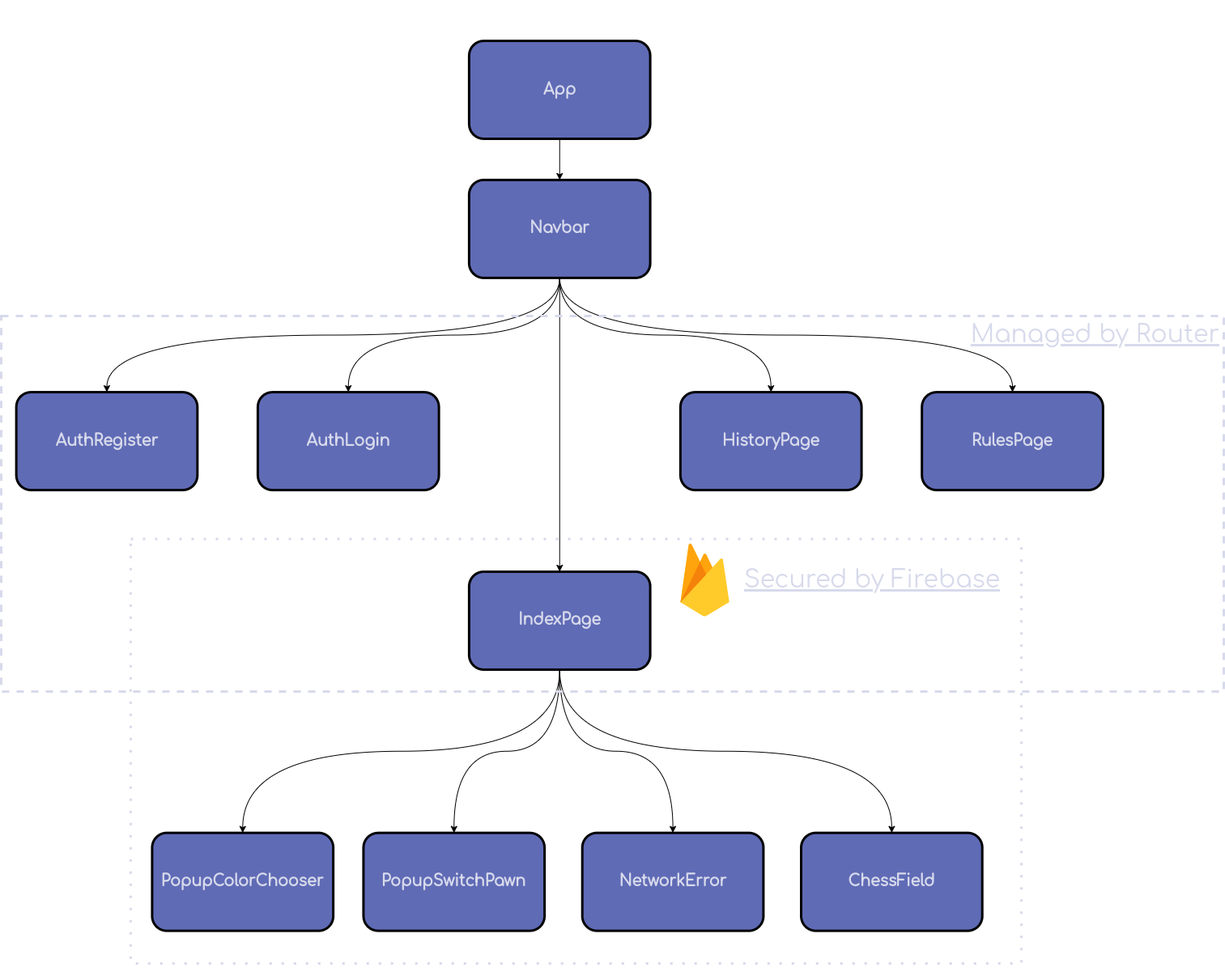
The draw.io diagram ArchitectureWebApp.png in Schmidt-jan/ChessWebVue, before a commit. Source tidied: cells renumbered, new cells last; positions are measured from the earlier drawing's top-left corner, leaving out a move shared by most shapes. Source of this version:
```xml
<mxGraphModel>
  <root>
    <mxCell id="0" />
    <mxCell id="1" parent="0" />
    <mxCell id="2" style="group;" parent="1" vertex="1">
      <mxGeometry width="1510" height="1204.4" as="geometry" />
    </mxCell>
    <mxCell id="3" value="IndexPage" style="rounded=1;whiteSpace=wrap;html=1;strokeColor=#000000;strokeWidth=3;fillColor=#606BB6;fontFamily=Comfortaa;fontSource=https%3A%2F%2Ffonts.googleapis.com%2Fcss%3Ffamily%3DComfortaa;fontColor=#d7daeb;fontStyle=1;fontSize=19;" parent="2" vertex="1">
      <mxGeometry x="577.9" y="705.9" width="223.7" height="121" as="geometry" />
    </mxCell>
    <mxCell id="4" value="HistoryPage" style="rounded=1;whiteSpace=wrap;html=1;strokeColor=#000000;strokeWidth=3;fillColor=#606BB6;fontFamily=Comfortaa;fontSource=https%3A%2F%2Ffonts.googleapis.com%2Fcss%3Ffamily%3DComfortaa;fontColor=#d7daeb;fontStyle=1;fontSize=19;" parent="2" vertex="1">
      <mxGeometry x="838.9" y="484.1" width="223.7" height="121" as="geometry" />
    </mxCell>
    <mxCell id="5" value="RulesPage" style="rounded=1;whiteSpace=wrap;html=1;strokeColor=#000000;strokeWidth=3;fillColor=#606BB6;fontFamily=Comfortaa;fontSource=https%3A%2F%2Ffonts.googleapis.com%2Fcss%3Ffamily%3DComfortaa;fontColor=#d7daeb;fontStyle=1;fontSize=19;" parent="2" vertex="1">
      <mxGeometry x="1137.2" y="484.1" width="223.7" height="121" as="geometry" />
    </mxCell>
    <mxCell id="6" value="App" style="rounded=1;whiteSpace=wrap;html=1;strokeColor=#000000;strokeWidth=3;fillColor=#606BB6;fontFamily=Comfortaa;fontSource=https%3A%2F%2Ffonts.googleapis.com%2Fcss%3Ffamily%3DComfortaa;fontColor=#d7daeb;fontStyle=1;fontSize=19;" parent="2" vertex="1">
      <mxGeometry x="577.9" y="50" width="223.7" height="121" as="geometry" />
    </mxCell>
    <mxCell id="7" style="edgeStyle=orthogonalEdgeStyle;curved=1;rounded=0;jettySize=auto;html=1;exitX=0.5;exitY=1;exitDx=0;exitDy=0;entryX=0.5;entryY=0;entryDx=0;entryDy=0;" parent="2" edge="1" source="10" target="5">
      <mxGeometry relative="1" as="geometry" />
    </mxCell>
    <mxCell id="8" style="edgeStyle=orthogonalEdgeStyle;curved=1;rounded=0;jettySize=auto;html=1;exitX=0.5;exitY=1;exitDx=0;exitDy=0;entryX=0.5;entryY=0;entryDx=0;entryDy=0;" parent="2" edge="1" source="10" target="4">
      <mxGeometry relative="1" as="geometry" />
    </mxCell>
    <mxCell id="9" style="edgeStyle=orthogonalEdgeStyle;curved=1;rounded=0;jettySize=auto;html=1;" parent="2" edge="1" source="10" target="3">
      <mxGeometry relative="1" as="geometry" />
    </mxCell>
    <mxCell id="10" value="Navbar" style="rounded=1;whiteSpace=wrap;html=1;strokeColor=#000000;strokeWidth=3;fillColor=#606BB6;fontFamily=Comfortaa;fontSource=https%3A%2F%2Ffonts.googleapis.com%2Fcss%3Ffamily%3DComfortaa;fontColor=#d7daeb;fontStyle=1;fontSize=19;" parent="2" vertex="1">
      <mxGeometry x="577.9" y="221.9" width="223.7" height="121" as="geometry" />
    </mxCell>
    <mxCell id="11" style="edgeStyle=orthogonalEdgeStyle;curved=1;rounded=0;jettySize=auto;html=1;exitX=0.5;exitY=1;exitDx=0;exitDy=0;entryX=0.5;entryY=0;entryDx=0;entryDy=0;" parent="2" edge="1" source="6" target="10">
      <mxGeometry relative="1" as="geometry" />
    </mxCell>
    <mxCell id="12" value="PopupColorChooser" style="rounded=1;whiteSpace=wrap;html=1;strokeColor=#000000;strokeWidth=3;fillColor=#606BB6;fontFamily=Comfortaa;fontSource=https%3A%2F%2Ffonts.googleapis.com%2Fcss%3Ffamily%3DComfortaa;fontColor=#d7daeb;fontStyle=1;fontSize=19;" parent="2" vertex="1">
      <mxGeometry x="186.4" y="1028.6" width="223.7" height="121" as="geometry" />
    </mxCell>
    <mxCell id="13" style="edgeStyle=orthogonalEdgeStyle;curved=1;rounded=0;jettySize=auto;html=1;exitX=0.5;exitY=1;exitDx=0;exitDy=0;entryX=0.5;entryY=0;entryDx=0;entryDy=0;" parent="2" edge="1" source="3" target="12">
      <mxGeometry relative="1" as="geometry" />
    </mxCell>
    <mxCell id="14" value="ChessField" style="rounded=1;whiteSpace=wrap;html=1;fillColor=#606BB6;strokeColor=#000000;strokeWidth=3;fontFamily=Comfortaa;fontSource=https%3A%2F%2Ffonts.googleapis.com%2Fcss%3Ffamily%3DComfortaa;fontColor=#d7daeb;fontStyle=1;fontSize=19;" parent="2" vertex="1">
      <mxGeometry x="988" y="1028.6" width="223.7" height="121" as="geometry" />
    </mxCell>
    <mxCell id="15" style="edgeStyle=orthogonalEdgeStyle;curved=1;rounded=0;jettySize=auto;html=1;exitX=0.5;exitY=1;exitDx=0;exitDy=0;" parent="2" edge="1" source="3" target="14">
      <mxGeometry relative="1" as="geometry" />
    </mxCell>
    <mxCell id="16" value="PopupSwitchPawn" style="rounded=1;whiteSpace=wrap;html=1;strokeColor=#000000;strokeWidth=3;fillColor=#606BB6;fontFamily=Comfortaa;fontSource=https%3A%2F%2Ffonts.googleapis.com%2Fcss%3Ffamily%3DComfortaa;fontColor=#d7daeb;fontStyle=1;fontSize=19;" parent="2" vertex="1">
      <mxGeometry x="447.4" y="1028.6" width="223.7" height="121" as="geometry" />
    </mxCell>
    <mxCell id="17" style="edgeStyle=orthogonalEdgeStyle;curved=1;rounded=0;jettySize=auto;html=1;exitX=0.5;exitY=1;exitDx=0;exitDy=0;entryX=0.5;entryY=0;entryDx=0;entryDy=0;" parent="2" edge="1" source="3" target="16">
      <mxGeometry relative="1" as="geometry" />
    </mxCell>
    <mxCell id="18" value="NetworkError" style="rounded=1;whiteSpace=wrap;html=1;strokeColor=#000000;strokeWidth=3;fillColor=#606BB6;fontFamily=Comfortaa;fontSource=https%3A%2F%2Ffonts.googleapis.com%2Fcss%3Ffamily%3DComfortaa;fontColor=#d7daeb;fontStyle=1;fontSize=19;" parent="2" vertex="1">
      <mxGeometry x="717.7" y="1028.6" width="223.7" height="121" as="geometry" />
    </mxCell>
    <mxCell id="19" style="edgeStyle=orthogonalEdgeStyle;curved=1;rounded=0;jettySize=auto;html=1;exitX=0.5;exitY=1;exitDx=0;exitDy=0;entryX=0.5;entryY=0;entryDx=0;entryDy=0;" parent="2" edge="1" source="3" target="18">
      <mxGeometry relative="1" as="geometry" />
    </mxCell>
    <mxCell id="20" value="AuthLogin" style="rounded=1;whiteSpace=wrap;html=1;strokeColor=#000000;strokeWidth=3;fillColor=#606BB6;fontFamily=Comfortaa;fontSource=https%3A%2F%2Ffonts.googleapis.com%2Fcss%3Ffamily%3DComfortaa;fontColor=#d7daeb;fontStyle=1;fontSize=19;" parent="2" vertex="1">
      <mxGeometry x="316.9" y="484.1" width="223.7" height="121" as="geometry" />
    </mxCell>
    <mxCell id="21" style="edgeStyle=orthogonalEdgeStyle;curved=1;rounded=0;jettySize=auto;html=1;exitX=0.5;exitY=1;exitDx=0;exitDy=0;fontSize=16;fontColor=#000000;" parent="2" edge="1" source="10" target="20">
      <mxGeometry relative="1" as="geometry" />
    </mxCell>
    <mxCell id="22" value="AuthRegister" style="rounded=1;whiteSpace=wrap;html=1;strokeColor=#000000;strokeWidth=3;fillColor=#606BB6;fontFamily=Comfortaa;fontSource=https%3A%2F%2Ffonts.googleapis.com%2Fcss%3Ffamily%3DComfortaa;fontColor=#d7daeb;fontStyle=1;fontSize=19;" parent="2" vertex="1">
      <mxGeometry x="18.6" y="484.1" width="223.7" height="121" as="geometry" />
    </mxCell>
    <mxCell id="23" style="edgeStyle=orthogonalEdgeStyle;curved=1;rounded=0;jettySize=auto;html=1;exitX=0.5;exitY=1;exitDx=0;exitDy=0;fontSize=16;fontColor=#000000;" parent="2" edge="1" source="10" target="22">
      <mxGeometry relative="1" as="geometry" />
    </mxCell>
    <mxCell id="24" value="Text" style="text;html=1;strokeColor=none;fillColor=none;align=center;verticalAlign=middle;whiteSpace=wrap;rounded=0;fontColor=#00000000;" parent="2" vertex="1">
      <mxGeometry x="1342.2" y="463.9" width="111.9" height="60.5" as="geometry" />
    </mxCell>
    <mxCell id="25" value="Text" style="text;html=1;strokeColor=none;fillColor=none;align=center;verticalAlign=middle;whiteSpace=wrap;rounded=0;fontColor=#00000000;" parent="2" vertex="1">
      <mxGeometry x="1342.2" y="463.9" width="111.9" height="60.5" as="geometry" />
    </mxCell>
    <mxCell id="26" value="&lt;font size=&quot;1&quot; style=&quot;&quot;&gt;&lt;u style=&quot;font-size: 30px;&quot;&gt;Managed by Router&lt;/u&gt;&lt;/font&gt;" style="text;html=1;strokeColor=none;fillColor=none;align=center;verticalAlign=middle;whiteSpace=wrap;rounded=0;fontColor=#d7daeb;fontFamily=Comfortaa;fontSource=https%3A%2F%2Ffonts.googleapis.com%2Fcss%3Ffamily%3DComfortaa;fontSize=19;" parent="2" vertex="1">
      <mxGeometry x="1193.1" y="363.1" width="316.9" height="100.8" as="geometry" />
    </mxCell>
    <mxCell id="27" style="sketch=0;dashed=0;html=1;fillColor=#5184F3;strokeColor=none;shape=mxgraph.gcp2.firebase;labelPosition=right;verticalLabelPosition=middle;align=left;verticalAlign=middle;spacingLeft=5;fontColor=#999999;fontSize=12;rounded=1;strokeWidth=3;fontFamily=Helvetica;" parent="2" vertex="1">
      <mxGeometry x="838.9" y="670.6" width="60.4" height="90.8" as="geometry" />
    </mxCell>
    <mxCell id="28" value="&lt;font size=&quot;1&quot; style=&quot;&quot;&gt;&lt;u style=&quot;font-size: 30px;&quot;&gt;Secured by Firebase&lt;/u&gt;&lt;/font&gt;" style="text;html=1;strokeColor=none;fillColor=none;align=center;verticalAlign=middle;whiteSpace=wrap;rounded=0;fontColor=#d7daeb;fontFamily=Comfortaa;fontSource=https%3A%2F%2Ffonts.googleapis.com%2Fcss%3Ffamily%3DComfortaa;fontSize=19;" parent="2" vertex="1">
      <mxGeometry x="913.5" y="665.6" width="326.2" height="100.8" as="geometry" />
    </mxCell>
    <mxCell id="29" style="rounded=0;whiteSpace=wrap;html=1;strokeColor=#D7DAEB;strokeWidth=3;fillColor=#00000000;dashed=1;dashPattern=1 4;fontColor=#D7DAEB;" parent="2" vertex="1">
      <mxGeometry x="160" y="665.6" width="1099.9" height="524.4" as="geometry" />
    </mxCell>
    <mxCell id="30" style="rounded=0;whiteSpace=wrap;html=1;strokeColor=#D7DAEB;strokeWidth=3;fillColor=#00000000;dashed=1;perimeterSpacing=12;" parent="2" vertex="1">
      <mxGeometry y="390" width="1510" height="463.9" as="geometry" />
    </mxCell>
  </root>
</mxGraphModel>
```
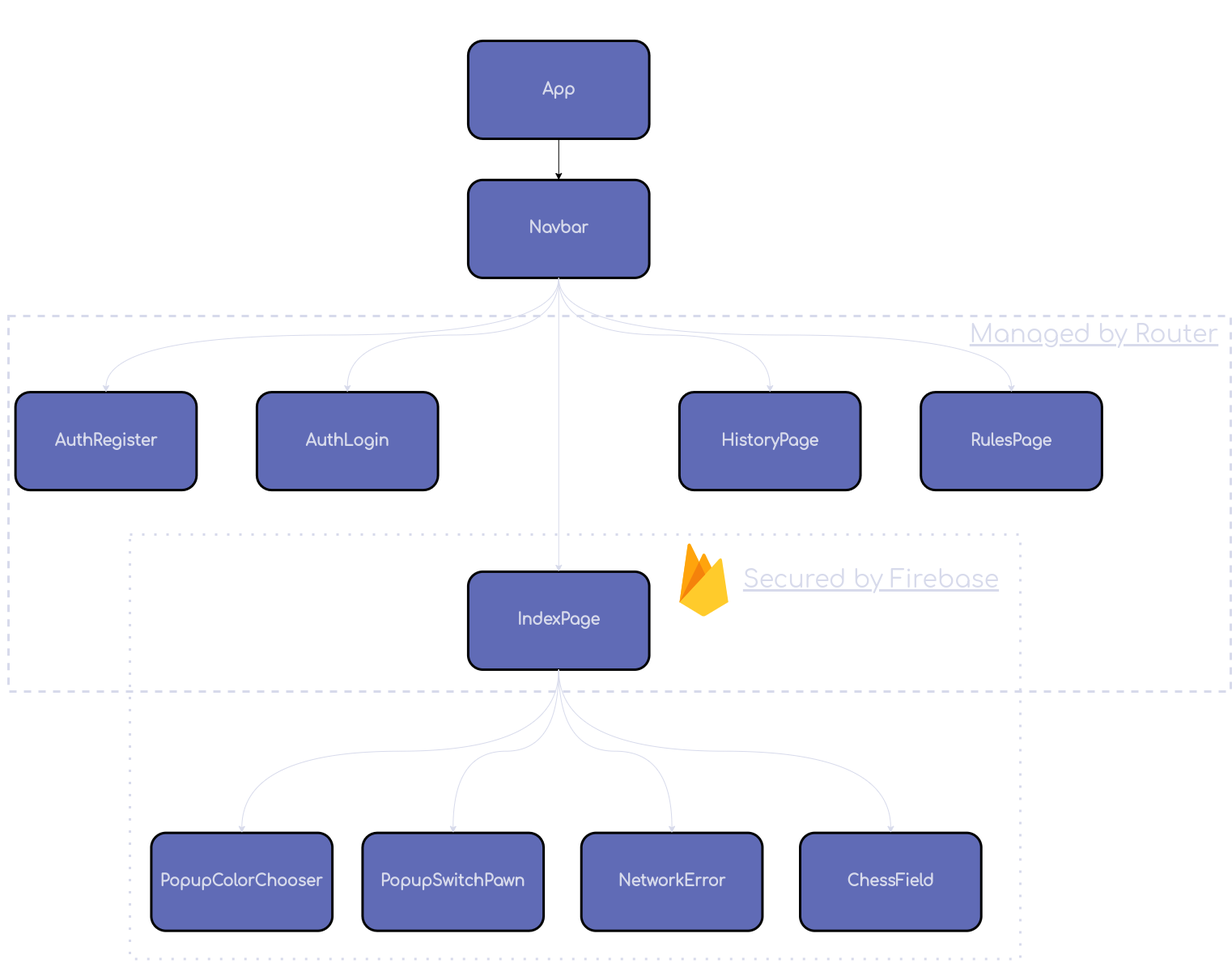
After the commit.

Change to the diagram source:
```diff
@@ -3,7 +3,7 @@
     <mxCell id="0" />
     <mxCell id="1" parent="0" />
     <mxCell id="2" style="group;" parent="1" vertex="1">
-      <mxGeometry width="1510" height="1204.4" as="geometry" />
+      <mxGeometry width="1520" height="1204.4" as="geometry" />
     </mxCell>
     <mxCell id="3" value="IndexPage" style="rounded=1;whiteSpace=wrap;html=1;strokeColor=#000000;strokeWidth=3;fillColor=#606BB6;fontFamily=Comfortaa;fontSource=https%3A%2F%2Ffonts.googleapis.com%2Fcss%3Ffamily%3DComfortaa;fontColor=#d7daeb;fontStyle=1;fontSize=19;" parent="2" vertex="1">
       <mxGeometry x="577.9" y="705.9" width="223.7" height="121" as="geometry" />
@@ -17,13 +17,13 @@
     <mxCell id="6" value="App" style="rounded=1;whiteSpace=wrap;html=1;strokeColor=#000000;strokeWidth=3;fillColor=#606BB6;fontFamily=Comfortaa;fontSource=https%3A%2F%2Ffonts.googleapis.com%2Fcss%3Ffamily%3DComfortaa;fontColor=#d7daeb;fontStyle=1;fontSize=19;" parent="2" vertex="1">
       <mxGeometry x="577.9" y="50" width="223.7" height="121" as="geometry" />
     </mxCell>
-    <mxCell id="7" style="edgeStyle=orthogonalEdgeStyle;curved=1;rounded=0;jettySize=auto;html=1;exitX=0.5;exitY=1;exitDx=0;exitDy=0;entryX=0.5;entryY=0;entryDx=0;entryDy=0;" parent="2" edge="1" source="10" target="5">
+    <mxCell id="7" style="edgeStyle=orthogonalEdgeStyle;curved=1;rounded=0;jettySize=auto;html=1;exitX=0.5;exitY=1;exitDx=0;exitDy=0;entryX=0.5;entryY=0;entryDx=0;entryDy=0;strokeColor=#D7DAEB;" parent="2" edge="1" source="10" target="5">
       <mxGeometry relative="1" as="geometry" />
     </mxCell>
-    <mxCell id="8" style="edgeStyle=orthogonalEdgeStyle;curved=1;rounded=0;jettySize=auto;html=1;exitX=0.5;exitY=1;exitDx=0;exitDy=0;entryX=0.5;entryY=0;entryDx=0;entryDy=0;" parent="2" edge="1" source="10" target="4">
+    <mxCell id="8" style="edgeStyle=orthogonalEdgeStyle;curved=1;rounded=0;jettySize=auto;html=1;exitX=0.5;exitY=1;exitDx=0;exitDy=0;entryX=0.5;entryY=0;entryDx=0;entryDy=0;strokeColor=#D7DAEB;" parent="2" edge="1" source="10" target="4">
       <mxGeometry relative="1" as="geometry" />
     </mxCell>
-    <mxCell id="9" style="edgeStyle=orthogonalEdgeStyle;curved=1;rounded=0;jettySize=auto;html=1;" parent="2" edge="1" source="10" target="3">
+    <mxCell id="9" style="edgeStyle=orthogonalEdgeStyle;curved=1;rounded=0;jettySize=auto;html=1;strokeColor=#D7DAEB;" parent="2" edge="1" source="10" target="3">
       <mxGeometry relative="1" as="geometry" />
     </mxCell>
     <mxCell id="10" value="Navbar" style="rounded=1;whiteSpace=wrap;html=1;strokeColor=#000000;strokeWidth=3;fillColor=#606BB6;fontFamily=Comfortaa;fontSource=https%3A%2F%2Ffonts.googleapis.com%2Fcss%3Ffamily%3DComfortaa;fontColor=#d7daeb;fontStyle=1;fontSize=19;" parent="2" vertex="1">
@@ -35,37 +35,37 @@
     <mxCell id="12" value="PopupColorChooser" style="rounded=1;whiteSpace=wrap;html=1;strokeColor=#000000;strokeWidth=3;fillColor=#606BB6;fontFamily=Comfortaa;fontSource=https%3A%2F%2Ffonts.googleapis.com%2Fcss%3Ffamily%3DComfortaa;fontColor=#d7daeb;fontStyle=1;fontSize=19;" parent="2" vertex="1">
       <mxGeometry x="186.4" y="1028.6" width="223.7" height="121" as="geometry" />
     </mxCell>
-    <mxCell id="13" style="edgeStyle=orthogonalEdgeStyle;curved=1;rounded=0;jettySize=auto;html=1;exitX=0.5;exitY=1;exitDx=0;exitDy=0;entryX=0.5;entryY=0;entryDx=0;entryDy=0;" parent="2" edge="1" source="3" target="12">
+    <mxCell id="13" style="edgeStyle=orthogonalEdgeStyle;curved=1;rounded=0;jettySize=auto;html=1;exitX=0.5;exitY=1;exitDx=0;exitDy=0;entryX=0.5;entryY=0;entryDx=0;entryDy=0;strokeColor=#D7DAEB;" parent="2" edge="1" source="3" target="12">
       <mxGeometry relative="1" as="geometry" />
     </mxCell>
     <mxCell id="14" value="ChessField" style="rounded=1;whiteSpace=wrap;html=1;fillColor=#606BB6;strokeColor=#000000;strokeWidth=3;fontFamily=Comfortaa;fontSource=https%3A%2F%2Ffonts.googleapis.com%2Fcss%3Ffamily%3DComfortaa;fontColor=#d7daeb;fontStyle=1;fontSize=19;" parent="2" vertex="1">
       <mxGeometry x="988" y="1028.6" width="223.7" height="121" as="geometry" />
     </mxCell>
-    <mxCell id="15" style="edgeStyle=orthogonalEdgeStyle;curved=1;rounded=0;jettySize=auto;html=1;exitX=0.5;exitY=1;exitDx=0;exitDy=0;" parent="2" edge="1" source="3" target="14">
+    <mxCell id="15" style="edgeStyle=orthogonalEdgeStyle;curved=1;rounded=0;jettySize=auto;html=1;exitX=0.5;exitY=1;exitDx=0;exitDy=0;strokeColor=#D7DAEB;" parent="2" edge="1" source="3" target="14">
       <mxGeometry relative="1" as="geometry" />
     </mxCell>
     <mxCell id="16" value="PopupSwitchPawn" style="rounded=1;whiteSpace=wrap;html=1;strokeColor=#000000;strokeWidth=3;fillColor=#606BB6;fontFamily=Comfortaa;fontSource=https%3A%2F%2Ffonts.googleapis.com%2Fcss%3Ffamily%3DComfortaa;fontColor=#d7daeb;fontStyle=1;fontSize=19;" parent="2" vertex="1">
       <mxGeometry x="447.4" y="1028.6" width="223.7" height="121" as="geometry" />
     </mxCell>
-    <mxCell id="17" style="edgeStyle=orthogonalEdgeStyle;curved=1;rounded=0;jettySize=auto;html=1;exitX=0.5;exitY=1;exitDx=0;exitDy=0;entryX=0.5;entryY=0;entryDx=0;entryDy=0;" parent="2" edge="1" source="3" target="16">
+    <mxCell id="17" style="edgeStyle=orthogonalEdgeStyle;curved=1;rounded=0;jettySize=auto;html=1;exitX=0.5;exitY=1;exitDx=0;exitDy=0;entryX=0.5;entryY=0;entryDx=0;entryDy=0;strokeColor=#D7DAEB;" parent="2" edge="1" source="3" target="16">
       <mxGeometry relative="1" as="geometry" />
     </mxCell>
     <mxCell id="18" value="NetworkError" style="rounded=1;whiteSpace=wrap;html=1;strokeColor=#000000;strokeWidth=3;fillColor=#606BB6;fontFamily=Comfortaa;fontSource=https%3A%2F%2Ffonts.googleapis.com%2Fcss%3Ffamily%3DComfortaa;fontColor=#d7daeb;fontStyle=1;fontSize=19;" parent="2" vertex="1">
       <mxGeometry x="717.7" y="1028.6" width="223.7" height="121" as="geometry" />
     </mxCell>
-    <mxCell id="19" style="edgeStyle=orthogonalEdgeStyle;curved=1;rounded=0;jettySize=auto;html=1;exitX=0.5;exitY=1;exitDx=0;exitDy=0;entryX=0.5;entryY=0;entryDx=0;entryDy=0;" parent="2" edge="1" source="3" target="18">
+    <mxCell id="19" style="edgeStyle=orthogonalEdgeStyle;curved=1;rounded=0;jettySize=auto;html=1;exitX=0.5;exitY=1;exitDx=0;exitDy=0;entryX=0.5;entryY=0;entryDx=0;entryDy=0;strokeColor=#D7DAEB;" parent="2" edge="1" source="3" target="18">
       <mxGeometry relative="1" as="geometry" />
     </mxCell>
     <mxCell id="20" value="AuthLogin" style="rounded=1;whiteSpace=wrap;html=1;strokeColor=#000000;strokeWidth=3;fillColor=#606BB6;fontFamily=Comfortaa;fontSource=https%3A%2F%2Ffonts.googleapis.com%2Fcss%3Ffamily%3DComfortaa;fontColor=#d7daeb;fontStyle=1;fontSize=19;" parent="2" vertex="1">
       <mxGeometry x="316.9" y="484.1" width="223.7" height="121" as="geometry" />
     </mxCell>
-    <mxCell id="21" style="edgeStyle=orthogonalEdgeStyle;curved=1;rounded=0;jettySize=auto;html=1;exitX=0.5;exitY=1;exitDx=0;exitDy=0;fontSize=16;fontColor=#000000;" parent="2" edge="1" source="10" target="20">
+    <mxCell id="21" style="edgeStyle=orthogonalEdgeStyle;curved=1;rounded=0;jettySize=auto;html=1;exitX=0.5;exitY=1;exitDx=0;exitDy=0;fontSize=16;fontColor=#000000;strokeColor=#D7DAEB;" parent="2" edge="1" source="10" target="20">
       <mxGeometry relative="1" as="geometry" />
     </mxCell>
     <mxCell id="22" value="AuthRegister" style="rounded=1;whiteSpace=wrap;html=1;strokeColor=#000000;strokeWidth=3;fillColor=#606BB6;fontFamily=Comfortaa;fontSource=https%3A%2F%2Ffonts.googleapis.com%2Fcss%3Ffamily%3DComfortaa;fontColor=#d7daeb;fontStyle=1;fontSize=19;" parent="2" vertex="1">
       <mxGeometry x="18.6" y="484.1" width="223.7" height="121" as="geometry" />
     </mxCell>
-    <mxCell id="23" style="edgeStyle=orthogonalEdgeStyle;curved=1;rounded=0;jettySize=auto;html=1;exitX=0.5;exitY=1;exitDx=0;exitDy=0;fontSize=16;fontColor=#000000;" parent="2" edge="1" source="10" target="22">
+    <mxCell id="23" style="edgeStyle=orthogonalEdgeStyle;curved=1;rounded=0;jettySize=auto;html=1;exitX=0.5;exitY=1;exitDx=0;exitDy=0;fontSize=16;fontColor=#000000;strokeColor=#D7DAEB;" parent="2" edge="1" source="10" target="22">
       <mxGeometry relative="1" as="geometry" />
     </mxCell>
     <mxCell id="24" value="Text" style="text;html=1;strokeColor=none;fillColor=none;align=center;verticalAlign=middle;whiteSpace=wrap;rounded=0;fontColor=#00000000;" parent="2" vertex="1">
@@ -83,11 +83,11 @@
     <mxCell id="28" value="&lt;font size=&quot;1&quot; style=&quot;&quot;&gt;&lt;u style=&quot;font-size: 30px;&quot;&gt;Secured by Firebase&lt;/u&gt;&lt;/font&gt;" style="text;html=1;strokeColor=none;fillColor=none;align=center;verticalAlign=middle;whiteSpace=wrap;rounded=0;fontColor=#d7daeb;fontFamily=Comfortaa;fontSource=https%3A%2F%2Ffonts.googleapis.com%2Fcss%3Ffamily%3DComfortaa;fontSize=19;" parent="2" vertex="1">
       <mxGeometry x="913.5" y="665.6" width="326.2" height="100.8" as="geometry" />
     </mxCell>
+    <mxCell id="30" style="rounded=0;whiteSpace=wrap;html=1;strokeColor=#D7DAEB;strokeWidth=3;fillColor=#00000000;dashed=1;perimeterSpacing=12;" parent="2" vertex="1">
+      <mxGeometry x="10" y="390" width="1510" height="463.9" as="geometry" />
+    </mxCell>
     <mxCell id="29" style="rounded=0;whiteSpace=wrap;html=1;strokeColor=#D7DAEB;strokeWidth=3;fillColor=#00000000;dashed=1;dashPattern=1 4;fontColor=#D7DAEB;" parent="2" vertex="1">
-      <mxGeometry x="160" y="665.6" width="1099.9" height="524.4" as="geometry" />
+      <mxGeometry x="160" y="660" width="1099.9" height="524.4" as="geometry" />
     </mxCell>
-    <mxCell id="30" style="rounded=0;whiteSpace=wrap;html=1;strokeColor=#D7DAEB;strokeWidth=3;fillColor=#00000000;dashed=1;perimeterSpacing=12;" parent="2" vertex="1">
-      <mxGeometry y="390" width="1510" height="463.9" as="geometry" />
-    </mxCell>
   </root>
 </mxGraphModel>
```
